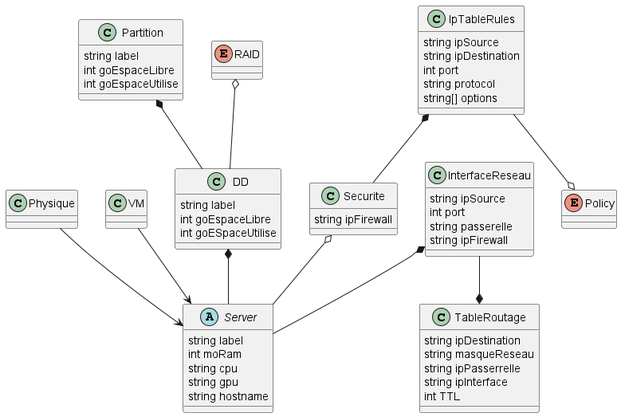
McBaxck/cmdb keeps this PlantUML diagram as Documentation/diagramme-classe.png. Above is the earlier version.
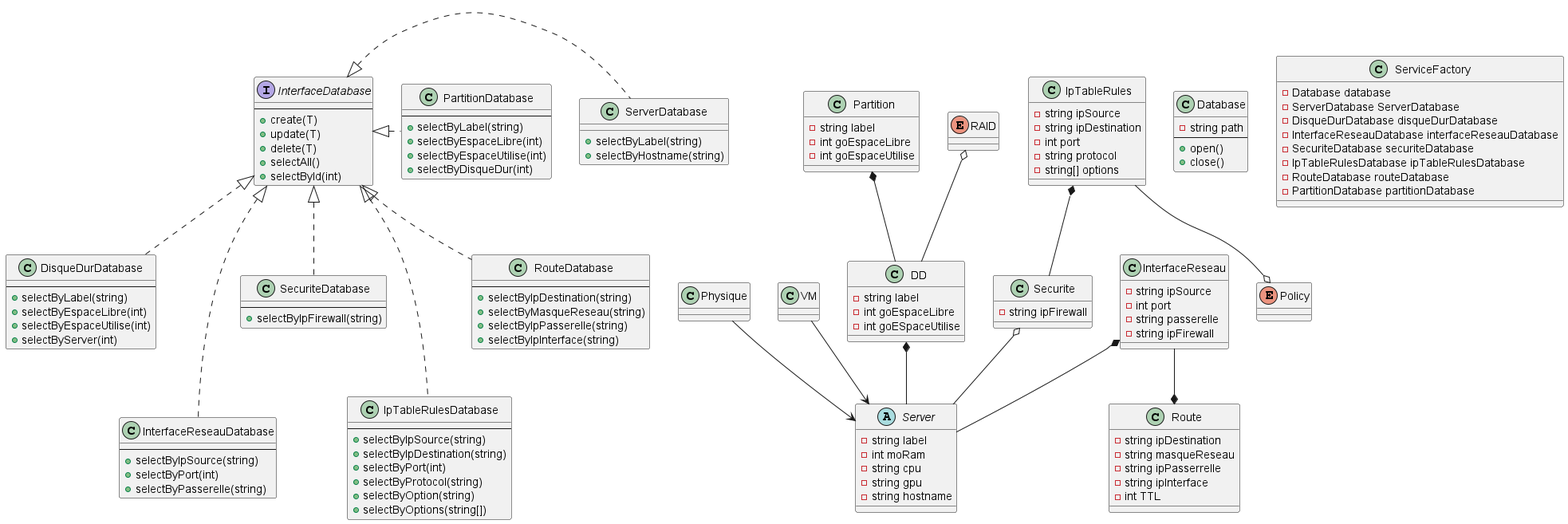
After the change.

Commit message:
Diagramme Classe - Ajout Services DB

What changed in the source:
```diff
@@ -1,11 +1,11 @@
 @startuml Classe FSI
 
 abstract Server {
-    string label
-    int moRam
-    string cpu
-    string gpu
-    string hostname
+    - string label
+    - int moRam
+    - string cpu
+    - string gpu
+    - string hostname
 }
 
 class Physique {
@@ -17,42 +17,120 @@
 }
 
 class DD {
-    string label
-    int goEspaceLibre
-    int goESpaceUtilise
+    - string label
+    - int goEspaceLibre
+    - int goESpaceUtilise
 }
 
 class Partition {
-    string label
-    int goEspaceLibre
-    int goEspaceUtilise
+    - string label
+    - int goEspaceLibre
+    - int goEspaceUtilise
 }
 
 class InterfaceReseau {
-    string ipSource
-    int port
-    string passerelle
-    string ipFirewall
+    - string ipSource
+    - int port
+    - string passerelle
+    - string ipFirewall
 }
 
 class IpTableRules {
-    string ipSource
-    string ipDestination
-    int port
-    string protocol
-    string[] options
+    - string ipSource
+    - string ipDestination
+    - int port
+    - string protocol
+    - string[] options
 }
 
-class TableRoutage {
-    string ipDestination
-    string masqueReseau
-    string ipPasserrelle
-    string ipInterface
-    int TTL
+class Route {
+    - string ipDestination
+    - string masqueReseau
+    - string ipPasserrelle
+    - string ipInterface
+    - int TTL
 }
 
 class Securite {
-    string ipFirewall
+    - string ipFirewall
+}
+
+class Database {
+    - string path
+    --
+    + open()
+    + close()
+}
+
+interface InterfaceDatabase {
+    --
+    + create(T)
+    + update(T)
+    + delete(T)
+    + selectAll()
+    + selectById(int)
+}
+
+class ServerDatabase {
+    + selectByLabel(string)
+    + selectByHostname(string)
+}
+
+class DisqueDurDatabase {
+    --
+    + selectByLabel(string)
+    + selectByEspaceLibre(int)
+    + selectByEspaceUtilise(int)
+    + selectByServer(int)
+}
+
+class PartitionDatabase {
+    --
+    + selectByLabel(string)
+    + selectByEspaceLibre(int)
+    + selectByEspaceUtilise(int)
+    + selectByDisqueDur(int)
+}
+
+class InterfaceReseauDatabase {
+    --
+    + selectByIpSource(string)
+    + selectByPort(int)
+    + selectByPasserelle(string)
+}
+
+class SecuriteDatabase {
+    --
+    + selectByIpFirewall(string)
+}
+
+class IpTableRulesDatabase {
+    --
+    + selectByIpSource(string)
+    + selectByIpDestination(string)
+    + selectByPort(int)
+    + selectByProtocol(string)
+    + selectByOption(string)
+    + selectByOptions(string[])
+}
+
+class RouteDatabase {
+    --
+    + selectByIpDestination(string)
+    + selectByMasqueReseau(string)
+    + selectByIpPasserelle(string)
+    + selectByIpInterface(string)
+}
+
+class ServiceFactory {
+    - Database database
+    - ServerDatabase ServerDatabase
+    - DisqueDurDatabase disqueDurDatabase
+    - InterfaceReseauDatabase interfaceReseauDatabase
+    - SecuriteDatabase securiteDatabase
+    - IpTableRulesDatabase ipTableRulesDatabase
+    - RouteDatabase routeDatabase
+    - PartitionDatabase partitionDatabase
 }
 
 enum RAID {
@@ -69,7 +147,15 @@
 RAID o-- DD
 IpTableRules *-- Securite
 Securite o-- Server
-InterfaceReseau --* TableRoutage
+InterfaceReseau --* Route
 IpTableRules --o Policy
 
+InterfaceDatabase <|. ServerDatabase
+InterfaceDatabase <|. PartitionDatabase
+InterfaceDatabase <|.. DisqueDurDatabase
+InterfaceDatabase <|.. SecuriteDatabase
+InterfaceDatabase <|.. RouteDatabase
+InterfaceDatabase <|... IpTableRulesDatabase
+InterfaceDatabase <|... InterfaceReseauDatabase
+
 @enduml
```
